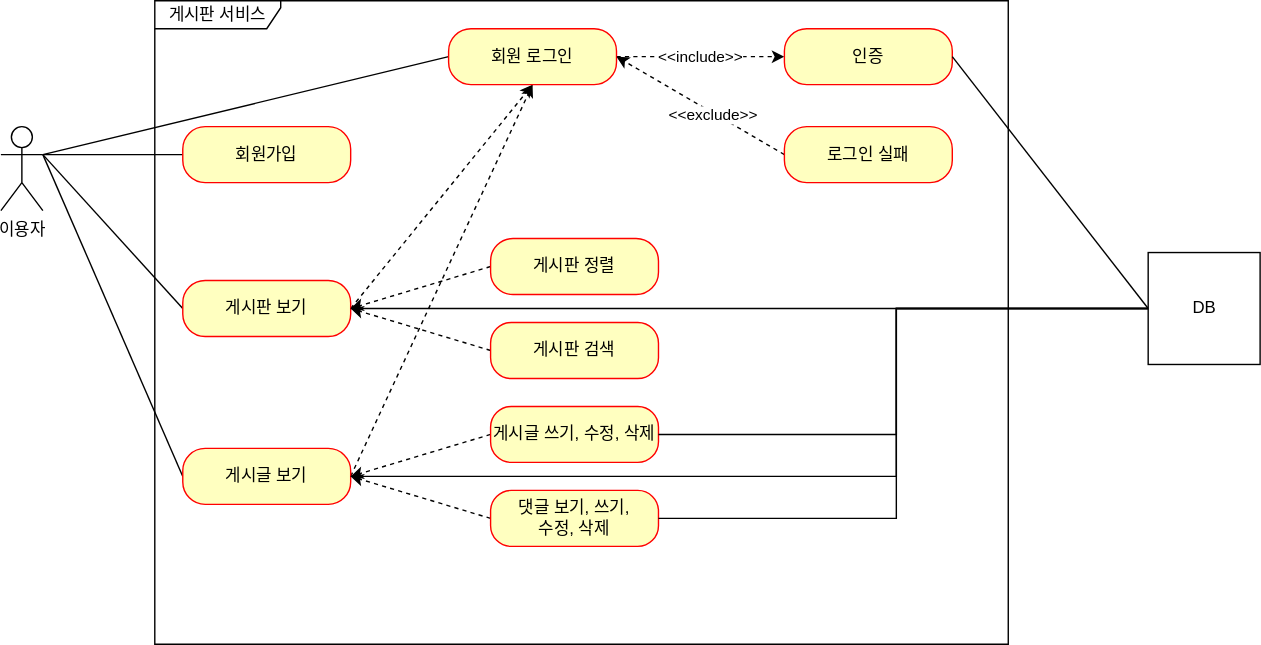
Above: documents/use-case.svg in JIHYEON-PF/fc_project-board (draw.io), before the change. Source tidied: cells renumbered, new cells last; positions are measured from the earlier drawing's top-left corner, leaving out a move shared by most shapes.
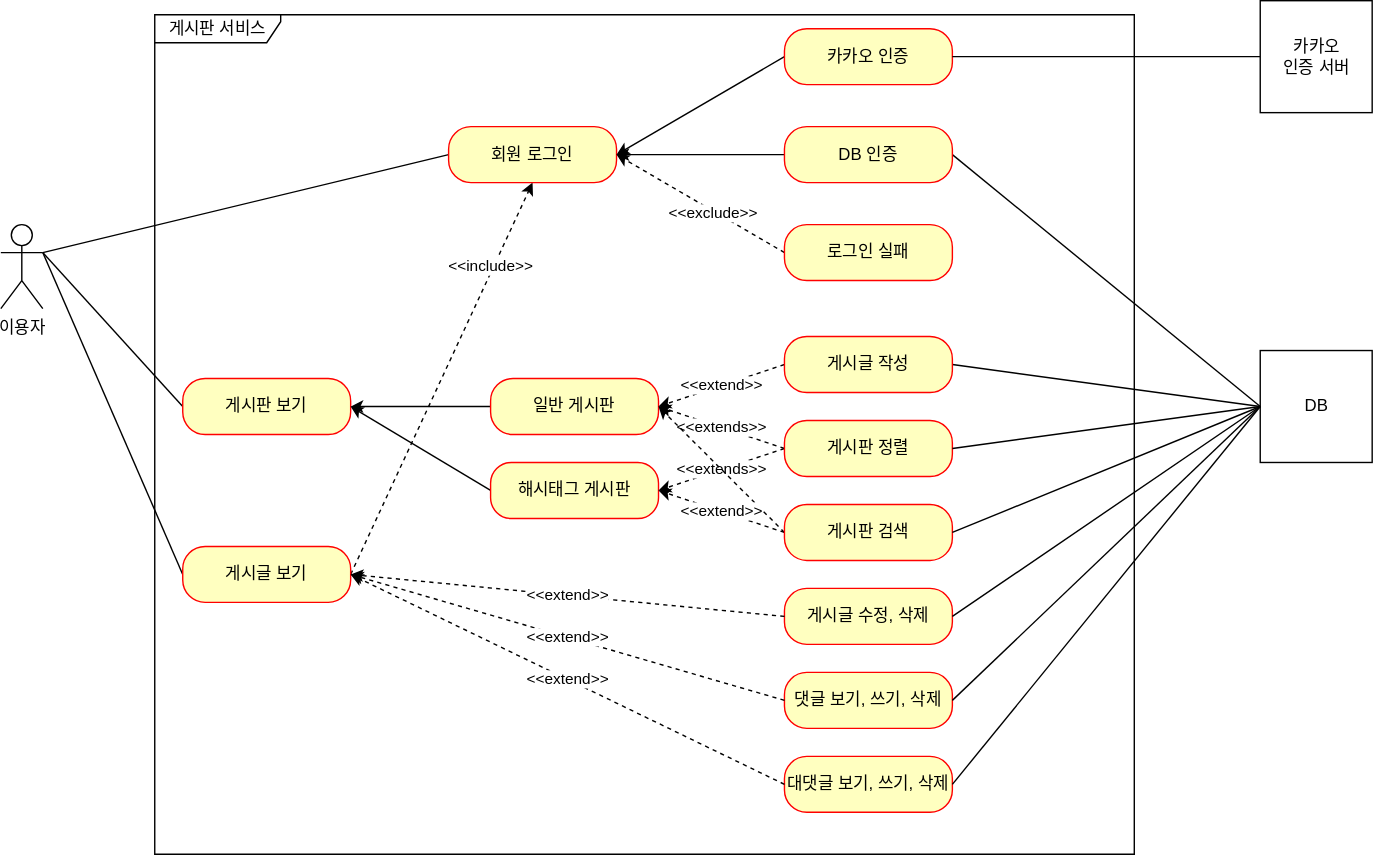
Above is the later version.

Commit message:
[고도화] 깃헙 프로젝트와 유즈케이스 업데이트 (#64)

* refact:#63 - 프로젝트 상태에 맞추어 Usecase Refactoring

* feature:#63 - use-case.svg 카카오 인증 usecase 추가, 대댓글 이전 커밋에 포함되어 있음

Diff of the diagram source:
```diff
@@ -2,9 +2,9 @@
   <root>
     <mxCell id="0" />
     <mxCell id="1" parent="0" />
-    <mxCell id="2" style="edgeStyle=orthogonalEdgeStyle;rounded=0;jettySize=auto;html=1;exitX=1;exitY=0.3333333333333333;exitDx=0;exitDy=0;exitPerimeter=0;entryX=0;entryY=0.5;entryDx=0;entryDy=0;endArrow=none;endFill=0;" parent="1" edge="1" source="6" target="26">
-      <mxGeometry relative="1" as="geometry" />
-    </mxCell>
+    <mxCell id="7" value="게시판 서비스" style="shape=umlFrame;whiteSpace=wrap;html=1;width=90;height=20;" parent="1" vertex="1">
+      <mxGeometry x="110" y="-60" width="700" height="600" as="geometry" />
+    </mxCell>
     <mxCell id="3" style="rounded=0;jettySize=auto;html=1;exitX=1;exitY=0.3333333333333333;exitDx=0;exitDy=0;exitPerimeter=0;entryX=0;entryY=0.5;entryDx=0;entryDy=0;endArrow=none;endFill=0;" parent="1" edge="1" source="6" target="13">
       <mxGeometry relative="1" as="geometry" />
     </mxCell>
@@ -17,98 +17,122 @@
     <mxCell id="6" value="이용자" style="shape=umlActor;verticalLabelPosition=bottom;verticalAlign=top;html=1;" parent="1" vertex="1">
       <mxGeometry y="90" width="30" height="60" as="geometry" />
     </mxCell>
-    <mxCell id="7" value="게시판 서비스" style="shape=umlFrame;whiteSpace=wrap;html=1;width=90;height=20;" parent="1" vertex="1">
-      <mxGeometry x="110" width="610" height="460" as="geometry" />
-    </mxCell>
-    <mxCell id="8" style="edgeStyle=none;rounded=0;jettySize=auto;html=1;exitX=1;exitY=0.5;exitDx=0;exitDy=0;entryX=0.5;entryY=1;entryDx=0;entryDy=0;dashed=1;endArrow=classic;endFill=1;" parent="7" edge="1" source="9" target="13">
-      <mxGeometry relative="1" as="geometry" />
-    </mxCell>
+    <mxCell id="27" style="edgeStyle=none;rounded=0;jettySize=auto;html=1;exitX=0;exitY=0.5;exitDx=0;exitDy=0;entryX=1;entryY=0.5;entryDx=0;entryDy=0;endArrow=none;endFill=0;" parent="1" edge="1" source="30" target="14">
+      <mxGeometry relative="1" as="geometry" />
+    </mxCell>
+    <mxCell id="33" style="rounded=0;jettySize=auto;html=1;exitX=0;exitY=0.5;exitDx=0;exitDy=0;entryX=1;entryY=0.5;entryDx=0;entryDy=0;endArrow=none;endFill=0;" parent="1" edge="1" source="30" target="36">
+      <mxGeometry relative="1" as="geometry" />
+    </mxCell>
+    <mxCell id="30" value="DB" style="html=1;" parent="1" vertex="1">
+      <mxGeometry x="900" y="180" width="80" height="80" as="geometry" />
+    </mxCell>
-    <mxCell id="9" value="게시판 보기" style="rounded=1;whiteSpace=wrap;html=1;arcSize=40;fontColor=#000000;fillColor=#ffffc0;strokeColor=#ff0000;" parent="7" vertex="1">
-      <mxGeometry x="20" y="200" width="120" height="40" as="geometry" />
+    <mxCell id="9" value="게시판 보기" style="rounded=1;whiteSpace=wrap;html=1;arcSize=40;fontColor=#000000;fillColor=#ffffc0;strokeColor=#ff0000;" parent="1" vertex="1">
+      <mxGeometry x="130" y="200" width="120" height="40" as="geometry" />
     </mxCell>
-    <mxCell id="10" style="edgeStyle=none;rounded=0;jettySize=auto;html=1;exitX=1;exitY=0.5;exitDx=0;exitDy=0;dashed=1;endArrow=classic;endFill=1;entryX=0.5;entryY=1;entryDx=0;entryDy=0;" parent="7" edge="1" source="11" target="13">
-      <mxGeometry relative="1" as="geometry" />
+    <mxCell id="10" value="&amp;lt;&amp;lt;include&amp;gt;&amp;gt;" style="edgeStyle=none;rounded=0;jettySize=auto;html=1;exitX=1;exitY=0.5;exitDx=0;exitDy=0;dashed=1;endArrow=classic;endFill=1;entryX=0.5;entryY=1;entryDx=0;entryDy=0;" parent="1" edge="1" source="11" target="13">
+      <mxGeometry x="0.57" y="2" relative="1" as="geometry" />
     </mxCell>
-    <mxCell id="11" value="게시글 보기" style="rounded=1;whiteSpace=wrap;html=1;arcSize=40;fontColor=#000000;fillColor=#ffffc0;strokeColor=#ff0000;" parent="7" vertex="1">
-      <mxGeometry x="20" y="320" width="120" height="40" as="geometry" />
+    <mxCell id="11" value="게시글 보기" style="rounded=1;whiteSpace=wrap;html=1;arcSize=40;fontColor=#000000;fillColor=#ffffc0;strokeColor=#ff0000;" parent="1" vertex="1">
+      <mxGeometry x="130" y="320" width="120" height="40" as="geometry" />
     </mxCell>
-    <mxCell id="12" value="&amp;lt;&amp;lt;include&amp;gt;&amp;gt;" style="edgeStyle=none;rounded=0;jettySize=auto;html=1;exitX=1;exitY=0.5;exitDx=0;exitDy=0;entryX=0;entryY=0.5;entryDx=0;entryDy=0;endArrow=classic;endFill=1;dashed=1;" parent="7" edge="1" source="13" target="14">
-      <mxGeometry relative="1" as="geometry" />
-    </mxCell>
-    <mxCell id="13" value="회원 로그인" style="rounded=1;whiteSpace=wrap;html=1;arcSize=40;fontColor=#000000;fillColor=#ffffc0;strokeColor=#ff0000;" parent="7" vertex="1">
-      <mxGeometry x="210" y="20" width="120" height="40" as="geometry" />
+    <mxCell id="13" value="회원 로그인" style="rounded=1;whiteSpace=wrap;html=1;arcSize=40;fontColor=#000000;fillColor=#ffffc0;strokeColor=#ff0000;" parent="1" vertex="1">
+      <mxGeometry x="320" y="20" width="120" height="40" as="geometry" />
     </mxCell>
+    <mxCell id="34" style="edgeStyle=orthogonalEdgeStyle;rounded=0;jettySize=auto;html=1;exitX=0;exitY=0.5;exitDx=0;exitDy=0;entryX=1;entryY=0.5;entryDx=0;entryDy=0;" parent="1" edge="1" source="14" target="13">
+      <mxGeometry relative="1" as="geometry" />
+    </mxCell>
-    <mxCell id="14" value="인증" style="rounded=1;whiteSpace=wrap;html=1;arcSize=40;fontColor=#000000;fillColor=#ffffc0;strokeColor=#ff0000;" parent="7" vertex="1">
-      <mxGeometry x="450" y="20" width="120" height="40" as="geometry" />
+    <mxCell id="14" value="DB 인증" style="rounded=1;whiteSpace=wrap;html=1;arcSize=40;fontColor=#000000;fillColor=#ffffc0;strokeColor=#ff0000;" parent="1" vertex="1">
+      <mxGeometry x="560" y="20" width="120" height="40" as="geometry" />
     </mxCell>
-    <mxCell id="15" style="edgeStyle=none;rounded=0;jettySize=auto;html=1;exitX=0;exitY=0.5;exitDx=0;exitDy=0;entryX=1;entryY=0.5;entryDx=0;entryDy=0;endArrow=classic;endFill=1;dashed=1;" parent="7" edge="1" source="17" target="13">
+    <mxCell id="15" style="edgeStyle=none;rounded=0;jettySize=auto;html=1;exitX=0;exitY=0.5;exitDx=0;exitDy=0;entryX=1;entryY=0.5;entryDx=0;entryDy=0;endArrow=classic;endFill=1;dashed=1;" parent="1" edge="1" source="17" target="13">
       <mxGeometry relative="1" as="geometry" />
     </mxCell>
     <mxCell id="16" value="&amp;lt;&amp;lt;exclude&amp;gt;&amp;gt;" style="edgeLabel;html=1;align=center;verticalAlign=middle;" parent="15" vertex="1">
       <mxGeometry x="-0.16" y="1" relative="1" as="geometry" />
     </mxCell>
-    <mxCell id="17" value="로그인 실패" style="rounded=1;whiteSpace=wrap;html=1;arcSize=40;fontColor=#000000;fillColor=#ffffc0;strokeColor=#ff0000;" parent="7" vertex="1">
-      <mxGeometry x="450" y="90" width="120" height="40" as="geometry" />
+    <mxCell id="17" value="로그인 실패" style="rounded=1;whiteSpace=wrap;html=1;arcSize=40;fontColor=#000000;fillColor=#ffffc0;strokeColor=#ff0000;" parent="1" vertex="1">
+      <mxGeometry x="560" y="90" width="120" height="40" as="geometry" />
     </mxCell>
-    <mxCell id="18" style="edgeStyle=none;rounded=0;jettySize=auto;html=1;exitX=0;exitY=0.5;exitDx=0;exitDy=0;entryX=1;entryY=0.5;entryDx=0;entryDy=0;dashed=1;endArrow=classic;endFill=1;" parent="7" edge="1" source="19" target="9">
+    <mxCell id="18" style="edgeStyle=none;rounded=0;jettySize=auto;html=1;exitX=0;exitY=0.5;exitDx=0;exitDy=0;entryX=1;entryY=0.5;entryDx=0;entryDy=0;endArrow=classic;endFill=1;" parent="1" edge="1" source="19" target="9">
       <mxGeometry relative="1" as="geometry" />
     </mxCell>
-    <mxCell id="19" value="게시판 정렬" style="rounded=1;whiteSpace=wrap;html=1;arcSize=40;fontColor=#000000;fillColor=#ffffc0;strokeColor=#ff0000;" parent="7" vertex="1">
-      <mxGeometry x="240" y="170" width="120" height="40" as="geometry" />
+    <mxCell id="19" value="일반 게시판" style="rounded=1;whiteSpace=wrap;html=1;arcSize=40;fontColor=#000000;fillColor=#ffffc0;strokeColor=#ff0000;" parent="1" vertex="1">
+      <mxGeometry x="350" y="200" width="120" height="40" as="geometry" />
     </mxCell>
-    <mxCell id="20" style="edgeStyle=none;rounded=0;jettySize=auto;html=1;exitX=0;exitY=0.5;exitDx=0;exitDy=0;entryX=1;entryY=0.5;entryDx=0;entryDy=0;dashed=1;endArrow=classic;endFill=1;" parent="7" edge="1" source="21" target="9">
+    <mxCell id="20" style="edgeStyle=none;rounded=0;jettySize=auto;html=1;exitX=0;exitY=0.5;exitDx=0;exitDy=0;entryX=1;entryY=0.5;entryDx=0;entryDy=0;endArrow=classic;endFill=1;" parent="1" edge="1" source="21" target="9">
       <mxGeometry relative="1" as="geometry" />
     </mxCell>
-    <mxCell id="21" value="게시판 검색" style="rounded=1;whiteSpace=wrap;html=1;arcSize=37;fontColor=#000000;fillColor=#ffffc0;strokeColor=#ff0000;" parent="7" vertex="1">
-      <mxGeometry x="240" y="230" width="120" height="40" as="geometry" />
+    <mxCell id="21" value="해시태그 게시판" style="rounded=1;whiteSpace=wrap;html=1;arcSize=37;fontColor=#000000;fillColor=#ffffc0;strokeColor=#ff0000;" parent="1" vertex="1">
+      <mxGeometry x="350" y="260" width="120" height="40" as="geometry" />
     </mxCell>
-    <mxCell id="22" style="edgeStyle=none;rounded=0;jettySize=auto;html=1;exitX=0;exitY=0.5;exitDx=0;exitDy=0;entryX=1;entryY=0.5;entryDx=0;entryDy=0;dashed=1;endArrow=classic;endFill=1;" parent="7" edge="1" source="23" target="11">
-      <mxGeometry relative="1" as="geometry" />
-    </mxCell>
-    <mxCell id="23" value="게시글 쓰기, 수정, 삭제" style="rounded=1;whiteSpace=wrap;html=1;arcSize=37;fontColor=#000000;fillColor=#ffffc0;strokeColor=#ff0000;" parent="7" vertex="1">
-      <mxGeometry x="240" y="290" width="120" height="40" as="geometry" />
-    </mxCell>
-    <mxCell id="24" style="edgeStyle=none;rounded=0;jettySize=auto;html=1;exitX=0;exitY=0.5;exitDx=0;exitDy=0;dashed=1;endArrow=classic;endFill=1;entryX=1;entryY=0.5;entryDx=0;entryDy=0;" parent="7" edge="1" source="25" target="11">
-      <mxGeometry relative="1" as="geometry" />
-    </mxCell>
-    <mxCell id="25" value="댓글 보기, 쓰기, &lt;br&gt;수정, 삭제" style="rounded=1;whiteSpace=wrap;html=1;arcSize=37;fontColor=#000000;fillColor=#ffffc0;strokeColor=#ff0000;" parent="7" vertex="1">
-      <mxGeometry x="240" y="350" width="120" height="40" as="geometry" />
-    </mxCell>
-    <mxCell id="26" value="회원가입" style="rounded=1;whiteSpace=wrap;html=1;arcSize=40;fontColor=#000000;fillColor=#ffffc0;strokeColor=#ff0000;" parent="7" vertex="1">
-      <mxGeometry x="20" y="90" width="120" height="40" as="geometry" />
-    </mxCell>
-    <mxCell id="27" style="edgeStyle=none;rounded=0;jettySize=auto;html=1;exitX=0;exitY=0.5;exitDx=0;exitDy=0;entryX=1;entryY=0.5;entryDx=0;entryDy=0;endArrow=none;endFill=0;" parent="1" edge="1" source="30" target="14">
-      <mxGeometry relative="1" as="geometry" />
-    </mxCell>
-    <mxCell id="28" style="edgeStyle=none;rounded=0;jettySize=auto;html=1;exitX=0;exitY=0.5;exitDx=0;exitDy=0;entryX=1;entryY=0.5;entryDx=0;entryDy=0;endArrow=none;endFill=0;" parent="1" edge="1" source="30" target="9">
-      <mxGeometry relative="1" as="geometry" />
-    </mxCell>
-    <mxCell id="29" style="edgeStyle=orthogonalEdgeStyle;rounded=0;jettySize=auto;html=1;exitX=0;exitY=0.5;exitDx=0;exitDy=0;entryX=1;entryY=0.5;entryDx=0;entryDy=0;endArrow=none;endFill=0;" parent="1" edge="1" source="30" target="11">
-      <mxGeometry relative="1" as="geometry">
-        <Array as="points">
-          <mxPoint x="640" y="220" />
-          <mxPoint x="640" y="340" />
-        </Array>
-      </mxGeometry>
-    </mxCell>
-    <mxCell id="30" value="DB" style="html=1;" parent="1" vertex="1">
-      <mxGeometry x="820" y="180" width="80" height="80" as="geometry" />
-    </mxCell>
-    <mxCell id="31" style="edgeStyle=orthogonalEdgeStyle;rounded=0;jettySize=auto;html=1;exitX=1;exitY=0.5;exitDx=0;exitDy=0;entryX=0;entryY=0.5;entryDx=0;entryDy=0;endArrow=none;endFill=0;" parent="1" edge="1" source="23" target="30">
-      <mxGeometry relative="1" as="geometry">
-        <Array as="points">
-          <mxPoint x="640" y="310" />
-          <mxPoint x="640" y="220" />
-        </Array>
-      </mxGeometry>
-    </mxCell>
-    <mxCell id="32" style="edgeStyle=orthogonalEdgeStyle;rounded=0;jettySize=auto;html=1;exitX=1;exitY=0.5;exitDx=0;exitDy=0;endArrow=none;endFill=0;entryX=0;entryY=0.5;entryDx=0;entryDy=0;" parent="1" edge="1" source="25" target="30">
-      <mxGeometry relative="1" as="geometry">
-        <Array as="points">
-          <mxPoint x="640" y="370" />
-          <mxPoint x="640" y="220" />
-        </Array>
-      </mxGeometry>
-    </mxCell>
+    <mxCell id="35" value="&amp;lt;&amp;lt;extend&amp;gt;&amp;gt;" style="rounded=0;jettySize=auto;html=1;exitX=0;exitY=0.5;exitDx=0;exitDy=0;entryX=1;entryY=0.5;entryDx=0;entryDy=0;dashed=1;" parent="1" edge="1" source="36" target="19">
+      <mxGeometry relative="1" as="geometry" />
+    </mxCell>
+    <mxCell id="36" value="게시글 작성" style="rounded=1;whiteSpace=wrap;html=1;arcSize=40;fontColor=#000000;fillColor=#ffffc0;strokeColor=#ff0000;" parent="1" vertex="1">
+      <mxGeometry x="560" y="170" width="120" height="40" as="geometry" />
+    </mxCell>
+    <mxCell id="37" value="&amp;lt;&amp;lt;extends&amp;gt;&amp;gt;" style="rounded=0;jettySize=auto;html=1;exitX=0;exitY=0.5;exitDx=0;exitDy=0;entryX=1;entryY=0.5;entryDx=0;entryDy=0;dashed=1;" parent="1" edge="1" source="39" target="19">
+      <mxGeometry relative="1" as="geometry" />
+    </mxCell>
+    <mxCell id="38" value="&amp;lt;&amp;lt;extends&amp;gt;&amp;gt;" style="rounded=0;jettySize=auto;html=1;exitX=0;exitY=0.5;exitDx=0;exitDy=0;entryX=1;entryY=0.5;entryDx=0;entryDy=0;dashed=1;" parent="1" edge="1" source="39" target="21">
+      <mxGeometry relative="1" as="geometry" />
+    </mxCell>
+    <mxCell id="39" value="게시판 정렬" style="rounded=1;whiteSpace=wrap;html=1;arcSize=40;fontColor=#000000;fillColor=#ffffc0;strokeColor=#ff0000;" parent="1" vertex="1">
+      <mxGeometry x="560" y="230" width="120" height="40" as="geometry" />
+    </mxCell>
+    <mxCell id="40" value="게시글 수정, 삭제" style="rounded=1;whiteSpace=wrap;html=1;arcSize=40;fontColor=#000000;fillColor=#ffffc0;strokeColor=#ff0000;" parent="1" vertex="1">
+      <mxGeometry x="560" y="350" width="120" height="40" as="geometry" />
+    </mxCell>
+    <mxCell id="41" style="rounded=0;jettySize=auto;html=1;exitX=0;exitY=0.5;exitDx=0;exitDy=0;entryX=1;entryY=0.5;entryDx=0;entryDy=0;dashed=1;" parent="1" edge="1" source="43" target="19">
+      <mxGeometry relative="1" as="geometry" />
+    </mxCell>
+    <mxCell id="42" value="&amp;lt;&amp;lt;extend&amp;gt;&amp;gt;" style="rounded=0;jettySize=auto;html=1;exitX=0;exitY=0.5;exitDx=0;exitDy=0;entryX=1;entryY=0.5;entryDx=0;entryDy=0;dashed=1;" parent="1" edge="1" source="43" target="21">
+      <mxGeometry relative="1" as="geometry" />
+    </mxCell>
+    <mxCell id="43" value="게시판 검색" style="rounded=1;whiteSpace=wrap;html=1;arcSize=40;fontColor=#000000;fillColor=#ffffc0;strokeColor=#ff0000;" parent="1" vertex="1">
+      <mxGeometry x="560" y="290" width="120" height="40" as="geometry" />
+    </mxCell>
+    <mxCell id="44" value="대댓글 보기, 쓰기, 삭제" style="rounded=1;whiteSpace=wrap;html=1;arcSize=40;fontColor=#000000;fillColor=#ffffc0;strokeColor=#ff0000;" parent="1" vertex="1">
+      <mxGeometry x="560" y="470" width="120" height="40" as="geometry" />
+    </mxCell>
+    <mxCell id="45" value="댓글 보기, 쓰기, 삭제" style="rounded=1;whiteSpace=wrap;html=1;arcSize=40;fontColor=#000000;fillColor=#ffffc0;strokeColor=#ff0000;" parent="1" vertex="1">
+      <mxGeometry x="560" y="410" width="120" height="40" as="geometry" />
+    </mxCell>
+    <mxCell id="46" value="&amp;lt;&amp;lt;extend&amp;gt;&amp;gt;" style="rounded=0;jettySize=auto;html=1;exitX=0;exitY=0.5;exitDx=0;exitDy=0;entryX=1;entryY=0.5;entryDx=0;entryDy=0;dashed=1;" parent="1" edge="1" source="40" target="11">
+      <mxGeometry relative="1" as="geometry" />
+    </mxCell>
+    <mxCell id="47" value="&amp;lt;&amp;lt;extend&amp;gt;&amp;gt;" style="rounded=0;jettySize=auto;html=1;exitX=0;exitY=0.5;exitDx=0;exitDy=0;entryX=1;entryY=0.5;entryDx=0;entryDy=0;dashed=1;" parent="1" edge="1" source="45" target="11">
+      <mxGeometry relative="1" as="geometry" />
+    </mxCell>
+    <mxCell id="48" value="&amp;lt;&amp;lt;extend&amp;gt;&amp;gt;" style="rounded=0;jettySize=auto;html=1;exitX=0;exitY=0.5;exitDx=0;exitDy=0;entryX=1;entryY=0.5;entryDx=0;entryDy=0;dashed=1;" parent="1" edge="1" source="44" target="11">
+      <mxGeometry relative="1" as="geometry" />
+    </mxCell>
+    <mxCell id="49" style="rounded=0;jettySize=auto;html=1;exitX=0;exitY=0.5;exitDx=0;exitDy=0;entryX=1;entryY=0.5;entryDx=0;entryDy=0;endArrow=none;endFill=0;" parent="1" edge="1" source="30" target="39">
+      <mxGeometry relative="1" as="geometry" />
+    </mxCell>
+    <mxCell id="50" style="rounded=0;jettySize=auto;html=1;exitX=0;exitY=0.5;exitDx=0;exitDy=0;entryX=1;entryY=0.5;entryDx=0;entryDy=0;endArrow=none;endFill=0;" parent="1" edge="1" source="30" target="43">
+      <mxGeometry relative="1" as="geometry" />
+    </mxCell>
+    <mxCell id="51" style="rounded=0;jettySize=auto;html=1;exitX=0;exitY=0.5;exitDx=0;exitDy=0;entryX=1;entryY=0.5;entryDx=0;entryDy=0;endArrow=none;endFill=0;" parent="1" edge="1" source="30" target="40">
+      <mxGeometry relative="1" as="geometry" />
+    </mxCell>
+    <mxCell id="52" style="rounded=0;jettySize=auto;html=1;exitX=0;exitY=0.5;exitDx=0;exitDy=0;entryX=1;entryY=0.5;entryDx=0;entryDy=0;endArrow=none;endFill=0;" parent="1" edge="1" source="30" target="45">
+      <mxGeometry relative="1" as="geometry" />
+    </mxCell>
+    <mxCell id="53" style="rounded=0;jettySize=auto;html=1;exitX=0;exitY=0.5;exitDx=0;exitDy=0;entryX=1;entryY=0.5;entryDx=0;entryDy=0;endArrow=none;endFill=0;" parent="1" edge="1" source="30" target="44">
+      <mxGeometry relative="1" as="geometry" />
+    </mxCell>
+    <mxCell id="54" style="rounded=0;jettySize=auto;html=1;exitX=0;exitY=0.5;exitDx=0;exitDy=0;entryX=1;entryY=0.5;entryDx=0;entryDy=0;" parent="1" edge="1" source="55" target="13">
+      <mxGeometry relative="1" as="geometry" />
+    </mxCell>
+    <mxCell id="55" value="카카오 인증" style="rounded=1;whiteSpace=wrap;html=1;arcSize=40;fontColor=#000000;fillColor=#ffffc0;strokeColor=#ff0000;" parent="1" vertex="1">
+      <mxGeometry x="560" y="-50" width="120" height="40" as="geometry" />
+    </mxCell>
+    <mxCell id="56" style="edgeStyle=orthogonalEdgeStyle;rounded=0;jettySize=auto;html=1;exitX=0;exitY=0.5;exitDx=0;exitDy=0;entryX=1;entryY=0.5;entryDx=0;entryDy=0;endArrow=none;endFill=0;" parent="1" edge="1" source="57" target="55">
+      <mxGeometry relative="1" as="geometry" />
+    </mxCell>
+    <mxCell id="57" value="카카오 &lt;br&gt;인증 서버" style="html=1;" parent="1" vertex="1">
+      <mxGeometry x="900" y="-70" width="80" height="80" as="geometry" />
+    </mxCell>
   </root>
 </mxGraphModel>
```
